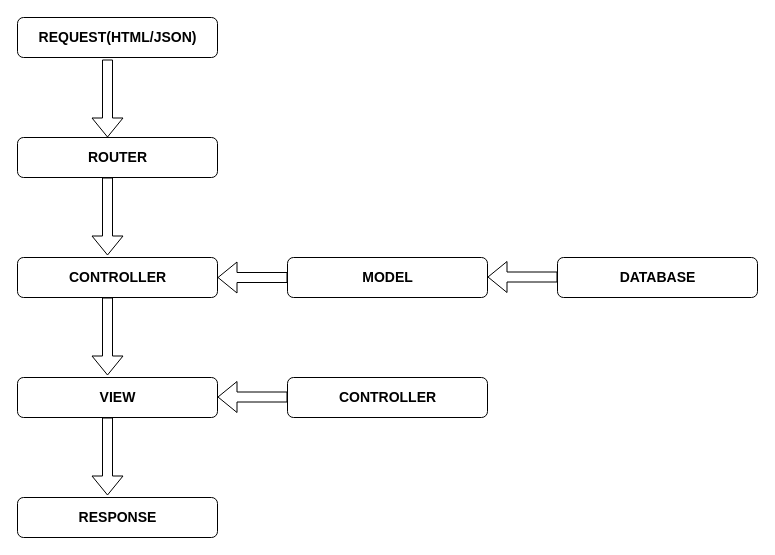
PrashantKIsHere/learning-diagrams keeps this draw.io diagram as elixir/Exploring_Router_And_Controller.drawio. Above is the earlier version. Source tidied: cells renumbered, new cells numbered last; positions are measured from the earlier drawing's top-left corner, leaving out a move shared by most shapes. Both pictures are drawn from the tidied source at 100%, with x=0, y=0 at pixel (17, 17).
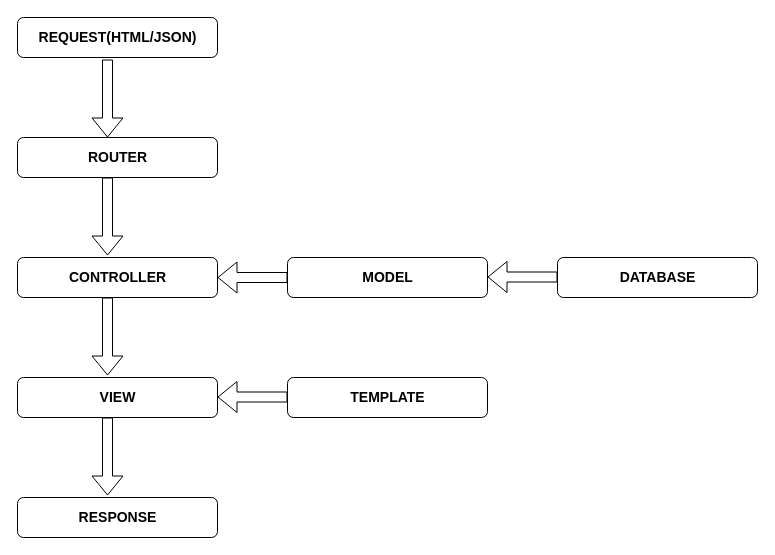
The same diagram, later.

Change to the diagram source:
```diff
@@
-    <mxCell id="17" value="CONTROLLER" style="text;html=1;align=center;verticalAlign=middle;fillColor=none;strokeColor=none;rounded=0;fontSize=14;fontStyle=1;" parent="1" vertex="1">
-      <mxGeometry x="315" y="370" width="110" height="20" as="geometry" />
+    <mxCell id="17" value="TEMPLATE" style="text;html=1;align=center;verticalAlign=middle;fillColor=none;strokeColor=none;rounded=0;fontSize=14;fontStyle=1;" parent="1" vertex="1">
+      <mxGeometry x="325" y="370" width="90" height="20" as="geometry" />
     </mxCell>
```
